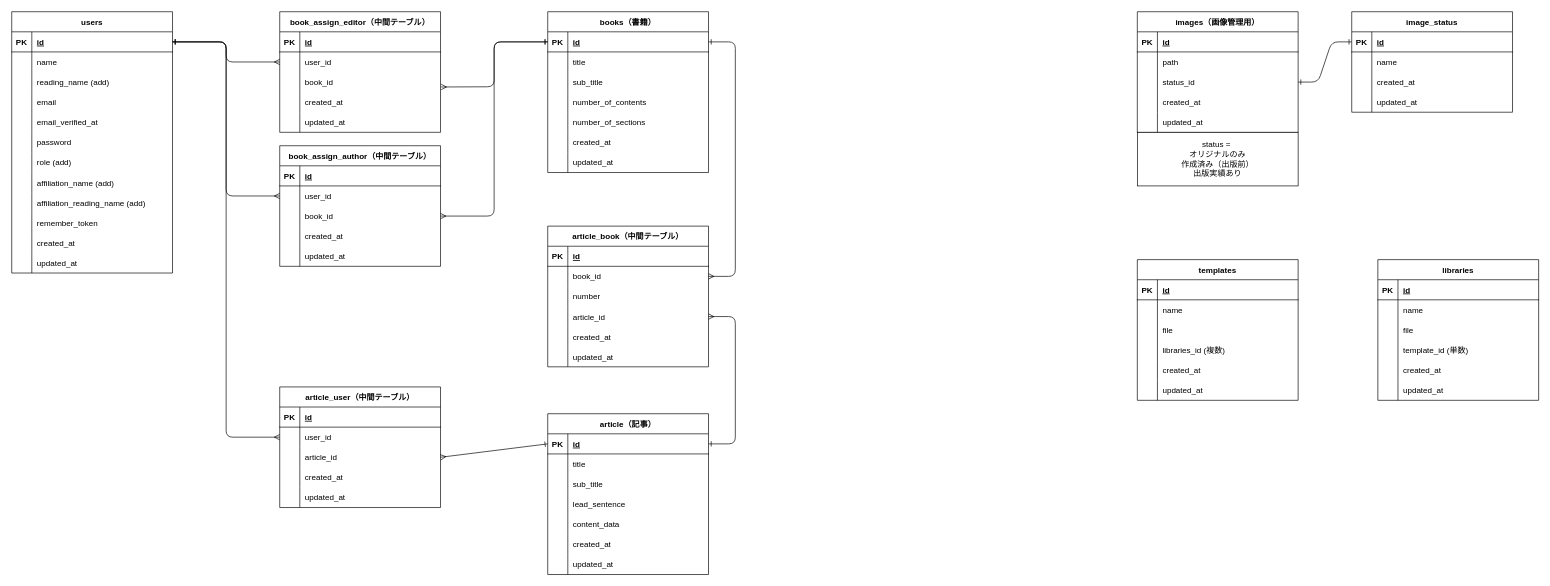
This is _documents/BookWriterDB.drawio from nishi3da/book-writer, a draw.io file, before an edit. Source tidied: cells renumbered, new cells numbered last; positions are measured from the earlier drawing's top-left corner, leaving out a move shared by most shapes. Both pictures are drawn from the tidied source at 67%, with x=0, y=0 at pixel (11, 11).
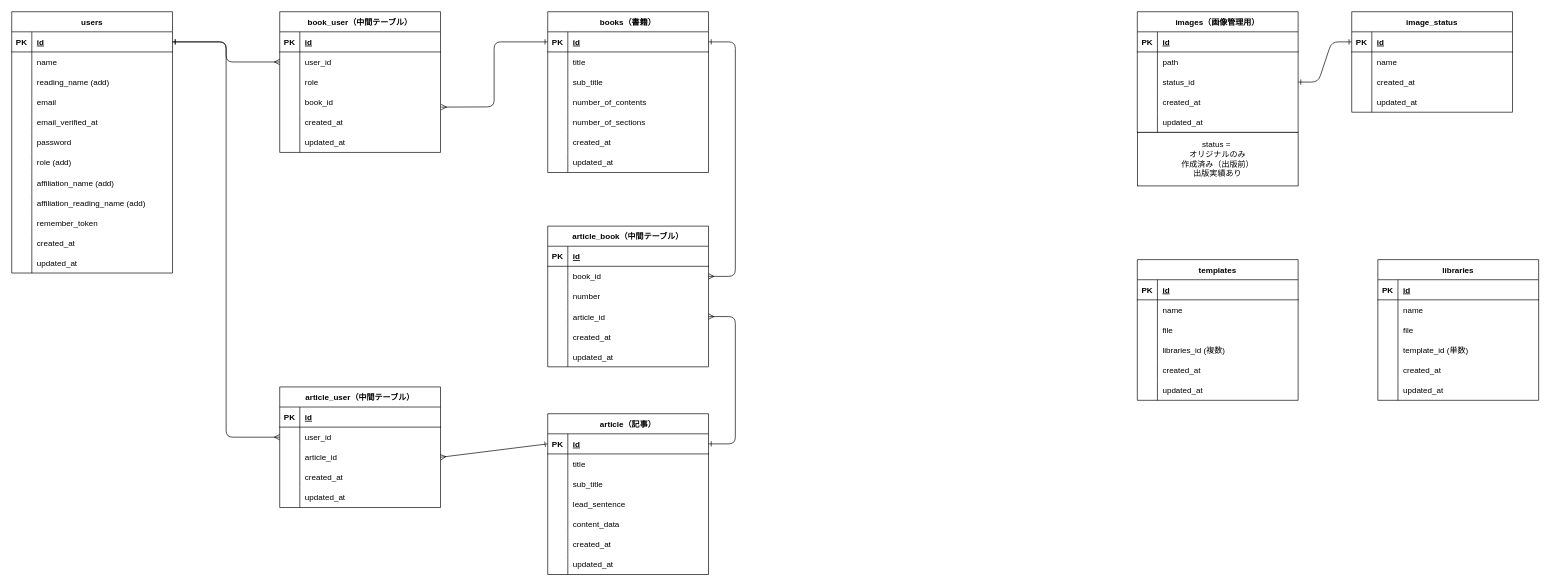
After the change.

Unchanged cells that the change refers to:
```xml
<mxCell id="3" style="shape=tableRow;horizontal=0;startSize=0;swimlaneHead=0;swimlaneBody=0;fillColor=none;points=[[0,0.5],[1,0.5]];portConstraint=eastwest;top=0;left=0;right=0;bottom=1;strokeColor=default;" parent="2" vertex="1">
  <mxGeometry y="30" width="240" height="30" as="geometry" />
</mxCell>
<mxCell id="107" style="shape=tableRow;horizontal=0;startSize=0;swimlaneHead=0;swimlaneBody=0;fillColor=none;points=[[0,0.5],[1,0.5]];portConstraint=eastwest;top=0;left=0;right=0;bottom=1;strokeColor=default;" parent="106" vertex="1">
  <mxGeometry y="30" width="240" height="30" as="geometry" />
</mxCell>
```

Diff of the diagram source:
```diff
@@
-    <mxCell id="39" value="book_assign_editor（中間テーブル）" style="shape=table;startSize=30;childLayout=tableLayout;rowLines=0;fontStyle=1;align=center;strokeColor=default;" parent="1" vertex="1">
-      <mxGeometry x="400" width="240" height="180" as="geometry" />
+    <mxCell id="39" value="book_user（中間テーブル）" style="shape=table;startSize=30;childLayout=tableLayout;rowLines=0;fontStyle=1;align=center;strokeColor=default;" parent="1" vertex="1">
+      <mxGeometry x="400" width="240" height="210" as="geometry" />
     </mxCell>
@@
+    <mxCell id="226" style="shape=tableRow;horizontal=0;startSize=0;swimlaneHead=0;swimlaneBody=0;fillColor=none;top=0;left=0;right=0;bottom=0;strokeColor=default;" parent="39" vertex="1">
+      <mxGeometry y="90" width="240" height="30" as="geometry" />
+    </mxCell>
+    <mxCell id="227" style="shape=partialRectangle;fillColor=none;top=0;left=0;bottom=0;right=0;overflow=hidden;strokeColor=default;" parent="226" vertex="1">
+      <mxGeometry width="30" height="30" as="geometry" />
+    </mxCell>
+    <mxCell id="228" value="role" style="shape=partialRectangle;fillColor=none;top=0;left=0;bottom=0;right=0;align=left;spacingLeft=6;overflow=hidden;strokeColor=default;" parent="226" vertex="1">
+      <mxGeometry x="30" width="210" height="30" as="geometry" />
+    </mxCell>
     <mxCell id="46" style="shape=tableRow;horizontal=0;startSize=0;swimlaneHead=0;swimlaneBody=0;fillColor=none;points=[[0,0.5],[1,0.5]];portConstraint=eastwest;top=0;left=0;right=0;bottom=0;strokeColor=default;" parent="39" vertex="1">
-      <mxGeometry y="90" width="240" height="30" as="geometry" />
+      <mxGeometry y="120" width="240" height="30" as="geometry" />
     </mxCell>
@@
     <mxCell id="49" style="shape=tableRow;horizontal=0;startSize=0;swimlaneHead=0;swimlaneBody=0;fillColor=none;top=0;left=0;right=0;bottom=0;strokeColor=default;" parent="39" vertex="1">
-      <mxGeometry y="120" width="240" height="30" as="geometry" />
+      <mxGeometry y="150" width="240" height="30" as="geometry" />
     </mxCell>
@@
     <mxCell id="52" style="shape=tableRow;horizontal=0;startSize=0;swimlaneHead=0;swimlaneBody=0;fillColor=none;top=0;left=0;right=0;bottom=0;strokeColor=default;" parent="39" vertex="1">
-      <mxGeometry y="150" width="240" height="30" as="geometry" />
+      <mxGeometry y="180" width="240" height="30" as="geometry" />
     </mxCell>
@@
-    <mxCell id="55" value="book_assign_author（中間テーブル）" style="shape=table;startSize=30;childLayout=tableLayout;rowLines=0;fontStyle=1;align=center;strokeColor=default;" parent="1" vertex="1">
-      <mxGeometry x="400" y="200" width="240" height="180" as="geometry" />
-    </mxCell>
-    <mxCell id="56" style="shape=tableRow;horizontal=0;startSize=0;swimlaneHead=0;swimlaneBody=0;fillColor=none;top=0;left=0;right=0;bottom=1;strokeColor=default;" parent="55" vertex="1">
-      <mxGeometry y="30" width="240" height="30" as="geometry" />
-    </mxCell>
-    <mxCell id="57" value="PK" style="shape=partialRectangle;fillColor=none;top=0;left=0;bottom=0;right=0;fontStyle=1;overflow=hidden;strokeColor=default;" parent="56" vertex="1">
-      <mxGeometry width="30" height="30" as="geometry" />
-    </mxCell>
-    <mxCell id="58" value="id" style="shape=partialRectangle;fillColor=none;top=0;left=0;bottom=0;right=0;align=left;spacingLeft=6;fontStyle=5;overflow=hidden;strokeColor=default;" parent="56" vertex="1">
-      <mxGeometry x="30" width="210" height="30" as="geometry" />
-    </mxCell>
-    <mxCell id="59" style="shape=tableRow;horizontal=0;startSize=0;swimlaneHead=0;swimlaneBody=0;fillColor=none;points=[[0,0.5],[1,0.5]];portConstraint=eastwest;top=0;left=0;right=0;bottom=0;strokeColor=default;" parent="55" vertex="1">
-      <mxGeometry y="60" width="240" height="30" as="geometry" />
-    </mxCell>
-    <mxCell id="60" style="shape=partialRectangle;fillColor=none;top=0;left=0;bottom=0;right=0;overflow=hidden;strokeColor=default;" parent="59" vertex="1">
-      <mxGeometry width="30" height="30" as="geometry" />
-    </mxCell>
-    <mxCell id="61" value="user_id" style="shape=partialRectangle;fillColor=none;top=0;left=0;bottom=0;right=0;align=left;spacingLeft=6;overflow=hidden;strokeColor=default;" parent="59" vertex="1">
-      <mxGeometry x="30" width="210" height="30" as="geometry" />
-    </mxCell>
-    <mxCell id="62" style="shape=tableRow;horizontal=0;startSize=0;swimlaneHead=0;swimlaneBody=0;fillColor=none;points=[[0,0.5],[1,0.5]];portConstraint=eastwest;top=0;left=0;right=0;bottom=0;strokeColor=default;" parent="55" vertex="1">
-      <mxGeometry y="90" width="240" height="30" as="geometry" />
-    </mxCell>
-    <mxCell id="63" style="shape=partialRectangle;fillColor=none;top=0;left=0;bottom=0;right=0;overflow=hidden;strokeColor=default;" parent="62" vertex="1">
-      <mxGeometry width="30" height="30" as="geometry" />
-    </mxCell>
-    <mxCell id="64" value="book_id" style="shape=partialRectangle;fillColor=none;top=0;left=0;bottom=0;right=0;align=left;spacingLeft=6;overflow=hidden;strokeColor=default;" parent="62" vertex="1">
-      <mxGeometry x="30" width="210" height="30" as="geometry" />
-    </mxCell>
-    <mxCell id="65" style="shape=tableRow;horizontal=0;startSize=0;swimlaneHead=0;swimlaneBody=0;fillColor=none;top=0;left=0;right=0;bottom=0;strokeColor=default;" parent="55" vertex="1">
-      <mxGeometry y="120" width="240" height="30" as="geometry" />
-    </mxCell>
-    <mxCell id="66" style="shape=partialRectangle;fillColor=none;top=0;left=0;bottom=0;right=0;overflow=hidden;strokeColor=default;" parent="65" vertex="1">
-      <mxGeometry width="30" height="30" as="geometry" />
-    </mxCell>
-    <mxCell id="67" value="created_at" style="shape=partialRectangle;fillColor=none;top=0;left=0;bottom=0;right=0;align=left;spacingLeft=6;overflow=hidden;strokeColor=default;" parent="65" vertex="1">
-      <mxGeometry x="30" width="210" height="30" as="geometry" />
-    </mxCell>
-    <mxCell id="68" style="shape=tableRow;horizontal=0;startSize=0;swimlaneHead=0;swimlaneBody=0;fillColor=none;top=0;left=0;right=0;bottom=0;strokeColor=default;" parent="55" vertex="1">
-      <mxGeometry y="150" width="240" height="30" as="geometry" />
-    </mxCell>
-    <mxCell id="69" style="shape=partialRectangle;fillColor=none;top=0;left=0;bottom=0;right=0;overflow=hidden;strokeColor=default;" parent="68" vertex="1">
-      <mxGeometry width="30" height="30" as="geometry" />
-    </mxCell>
-    <mxCell id="70" value="updated_at" style="shape=partialRectangle;fillColor=none;top=0;left=0;bottom=0;right=0;align=left;spacingLeft=6;overflow=hidden;strokeColor=default;" parent="68" vertex="1">
-      <mxGeometry x="30" width="210" height="30" as="geometry" />
-    </mxCell>
@@
     <mxCell id="221" style="endArrow=ERmany;startArrow=ERone;html=1;exitX=0;exitY=0.5;exitDx=0;exitDy=0;entryX=1.004;entryY=0.745;entryDx=0;entryDy=0;endFill=0;startFill=0;entryPerimeter=0;" parent="1" edge="1" source="107" target="46">
       <mxGeometry relative="1" as="geometry">
         <Array as="points">
           <mxPoint x="720" y="45" />
-          <mxPoint x="720" y="112" />
+          <mxPoint x="720" y="142" />
         </Array>
       </mxGeometry>
     </mxCell>
@@
-    <mxCell id="225" style="endArrow=ERmany;startArrow=ERone;html=1;exitX=1;exitY=0.5;exitDx=0;exitDy=0;entryX=0;entryY=0.5;entryDx=0;entryDy=0;endFill=0;startFill=0;" parent="1" edge="1" source="3" target="59">
-      <mxGeometry relative="1" as="geometry">
-        <Array as="points">
-          <mxPoint x="320" y="45" />
-          <mxPoint x="320" y="275" />
-        </Array>
-      </mxGeometry>
-    </mxCell>
-    <mxCell id="226" style="endArrow=ERmany;startArrow=ERone;html=1;exitX=0;exitY=0.5;exitDx=0;exitDy=0;entryX=1;entryY=0.5;entryDx=0;entryDy=0;endFill=0;startFill=0;" parent="1" edge="1" source="107" target="62">
-      <mxGeometry relative="1" as="geometry">
-        <Array as="points">
-          <mxPoint x="720" y="45" />
-          <mxPoint x="720" y="305" />
-        </Array>
-      </mxGeometry>
-    </mxCell>
```
